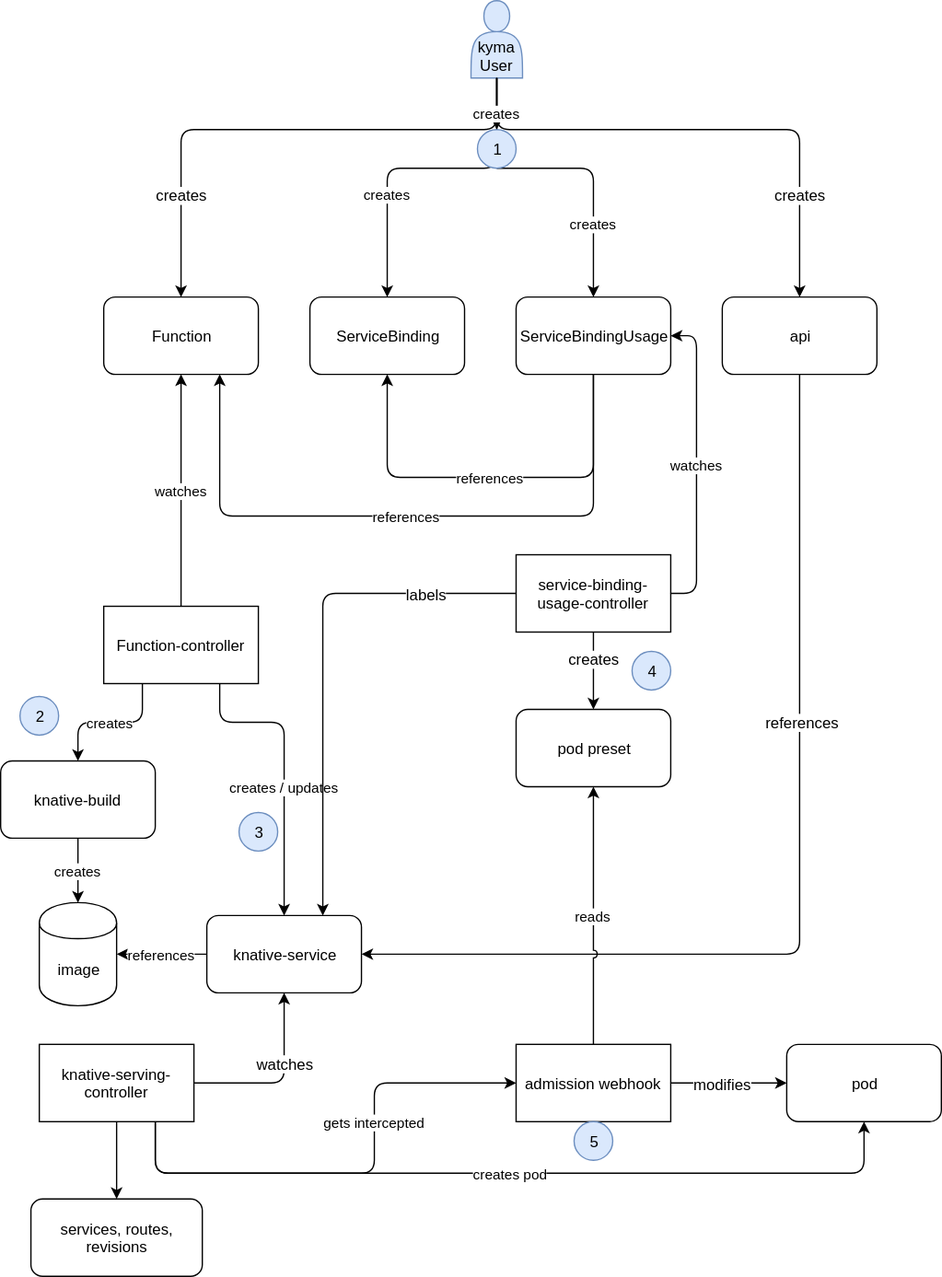
Above: sig-and-wg/sig-core/proposals/assets/knative_function_workflow.svg in kyma-project/community (draw.io), before the change. Source tidied: cells renumbered, new cells last; positions are measured from the earlier drawing's top-left corner, leaving out a move shared by most shapes.
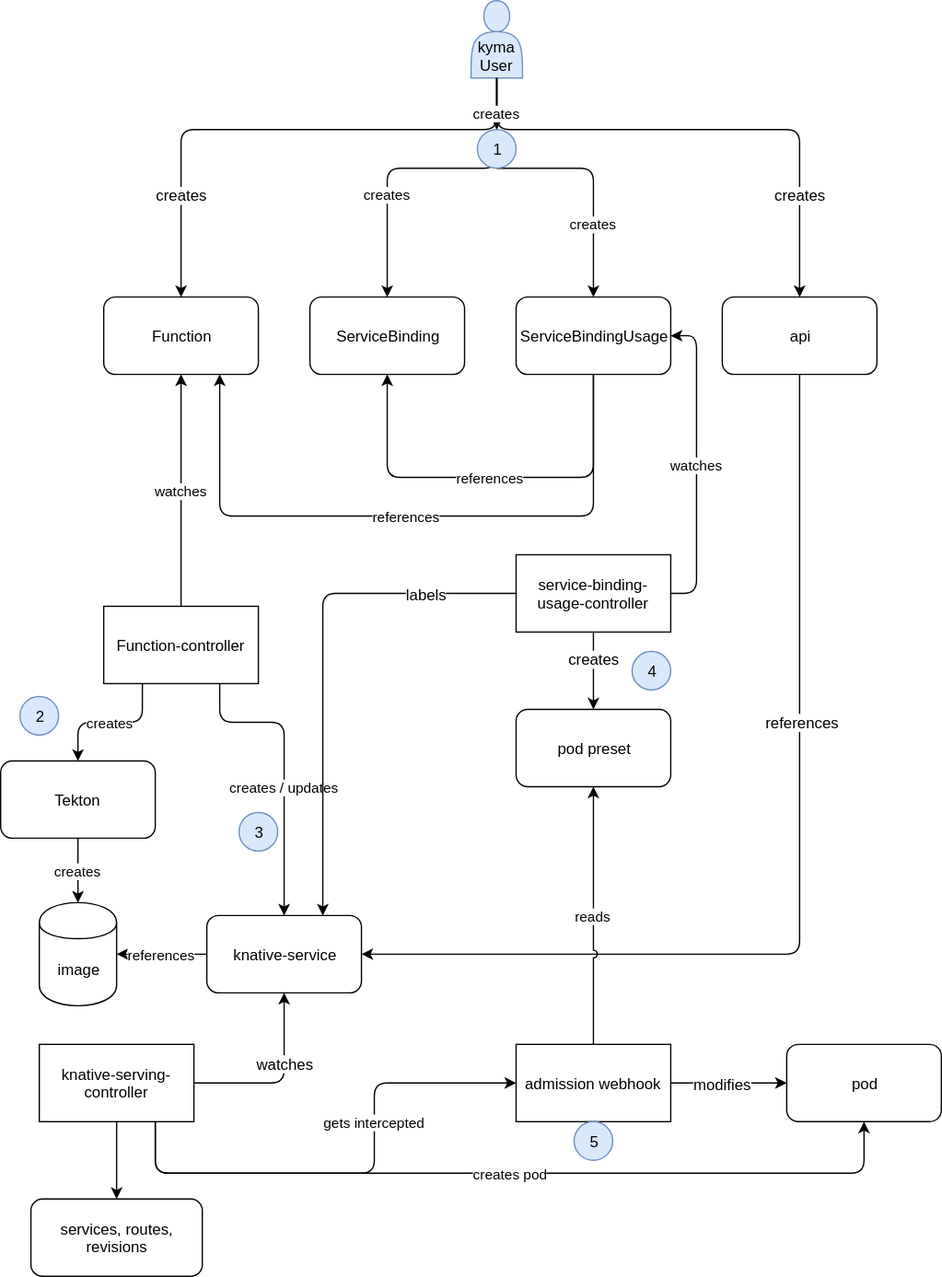
The same diagram one commit later.

What changed in the source:
```diff
@@ -56,7 +56,7 @@
         </Array>
       </mxGeometry>
     </mxCell>
-    <mxCell id="13" value="knative-build" style="rounded=1;whiteSpace=wrap;html=1;" parent="1" vertex="1">
+    <mxCell id="13" value="Tekton" style="rounded=1;whiteSpace=wrap;html=1;" parent="1" vertex="1">
       <mxGeometry y="590" width="120" height="60" as="geometry" />
     </mxCell>
     <mxCell id="14" value="knative-service" style="rounded=1;whiteSpace=wrap;html=1;" parent="1" vertex="1">
```
